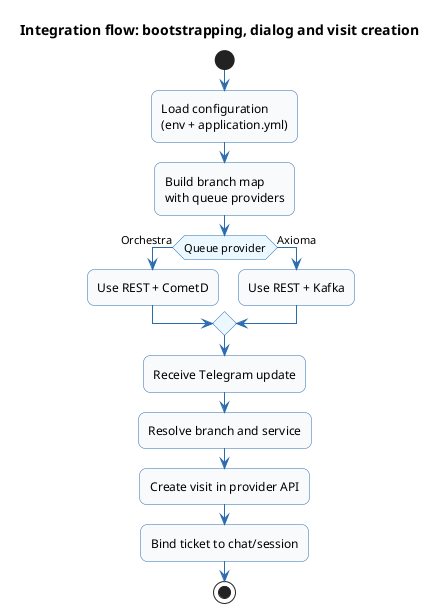
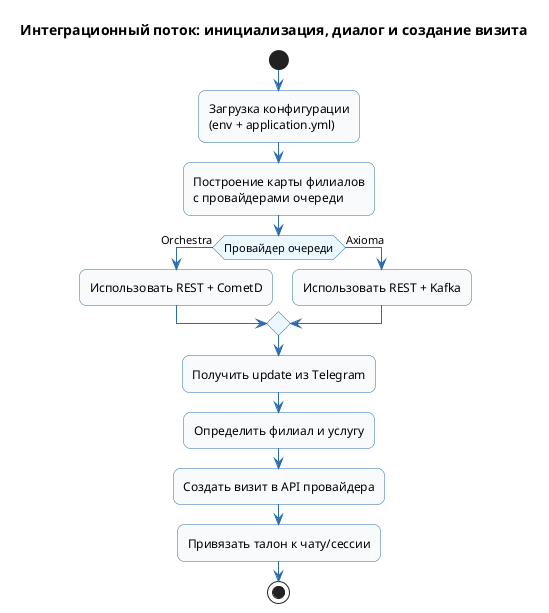
@startuml
- title Integration flow: bootstrapping, dialog and visit creation
+ title Интеграционный поток: инициализация, диалог и создание визита
skinparam backgroundColor #FFFFFF
skinparam shadowing false
skinparam roundcorner 14
skinparam activity {
  BackgroundColor #F8FAFC
  BorderColor #2B6CB0
  ArrowColor #2B6CB0
  DiamondBackgroundColor #EBF8FF
  DiamondBorderColor #2B6CB0
}

start
- :Load configuration\n(env + application.yml);
- :Build branch map\nwith queue providers;
- if (Queue provider) then (Orchestra)
-   :Use REST + CometD;
+ :Загрузка конфигурации\n(env + application.yml);
+ :Построение карты филиалов\nс провайдерами очереди;
+ if (Провайдер очереди) then (Orchestra)
+   :Использовать REST + CometD;
else (Axioma)
-   :Use REST + Kafka;
+   :Использовать REST + Kafka;
endif
- :Receive Telegram update;
- :Resolve branch and service;
- :Create visit in provider API;
- :Bind ticket to chat/session;
+ :Получить update из Telegram;
+ :Определить филиал и услугу;
+ :Создать визит в API провайдера;
+ :Привязать талон к чату/сессии;
stop
@enduml
